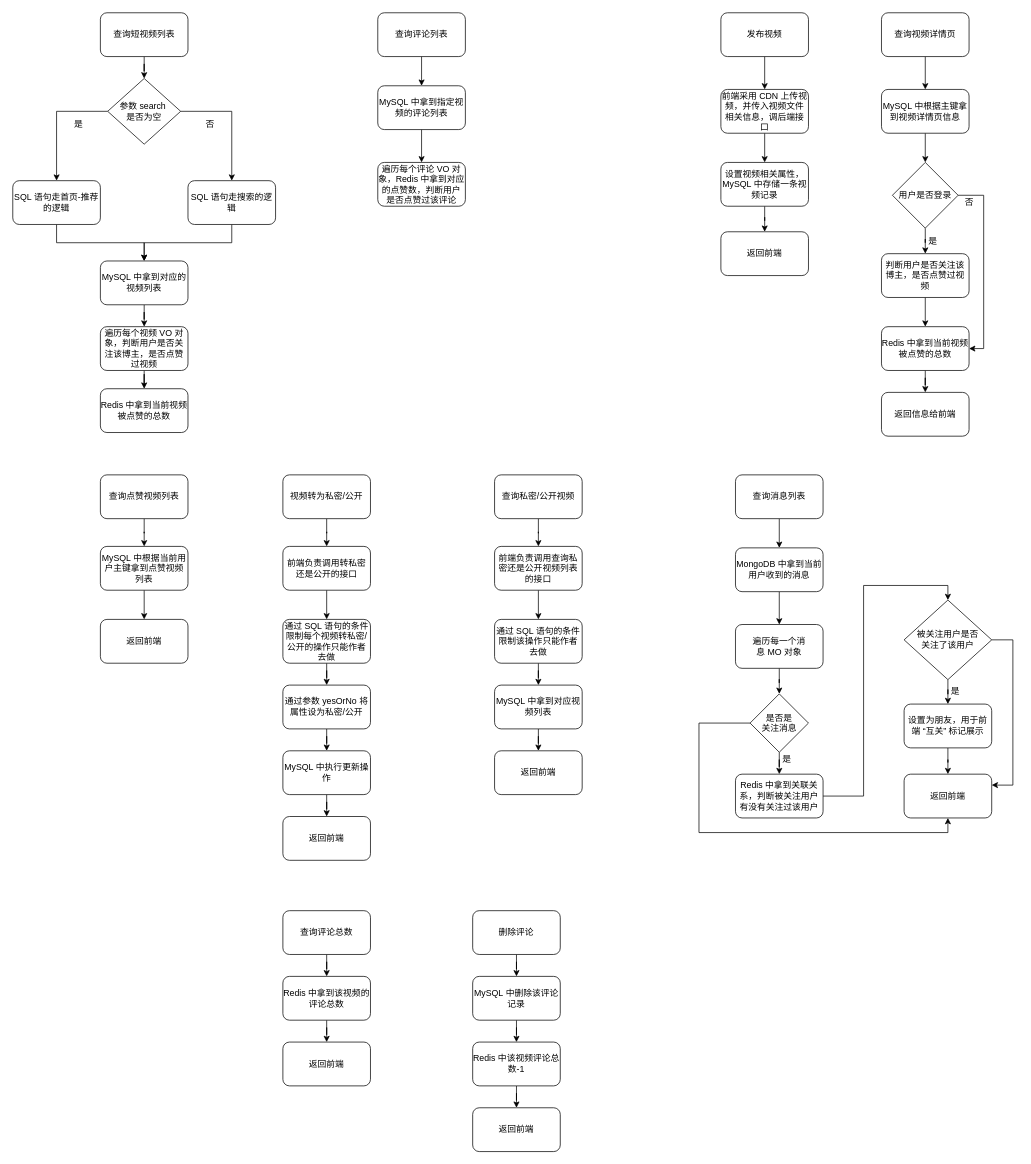
This is 视频模块.drawio from lee11xx/picgo-img, a draw.io file, before an edit. Source tidied: cells renumbered, new cells numbered last; positions are measured from the earlier drawing's top-left corner, leaving out a move shared by most shapes. Both pictures are drawn from the tidied source at 73%, with x=0, y=0 at pixel (12, 12).
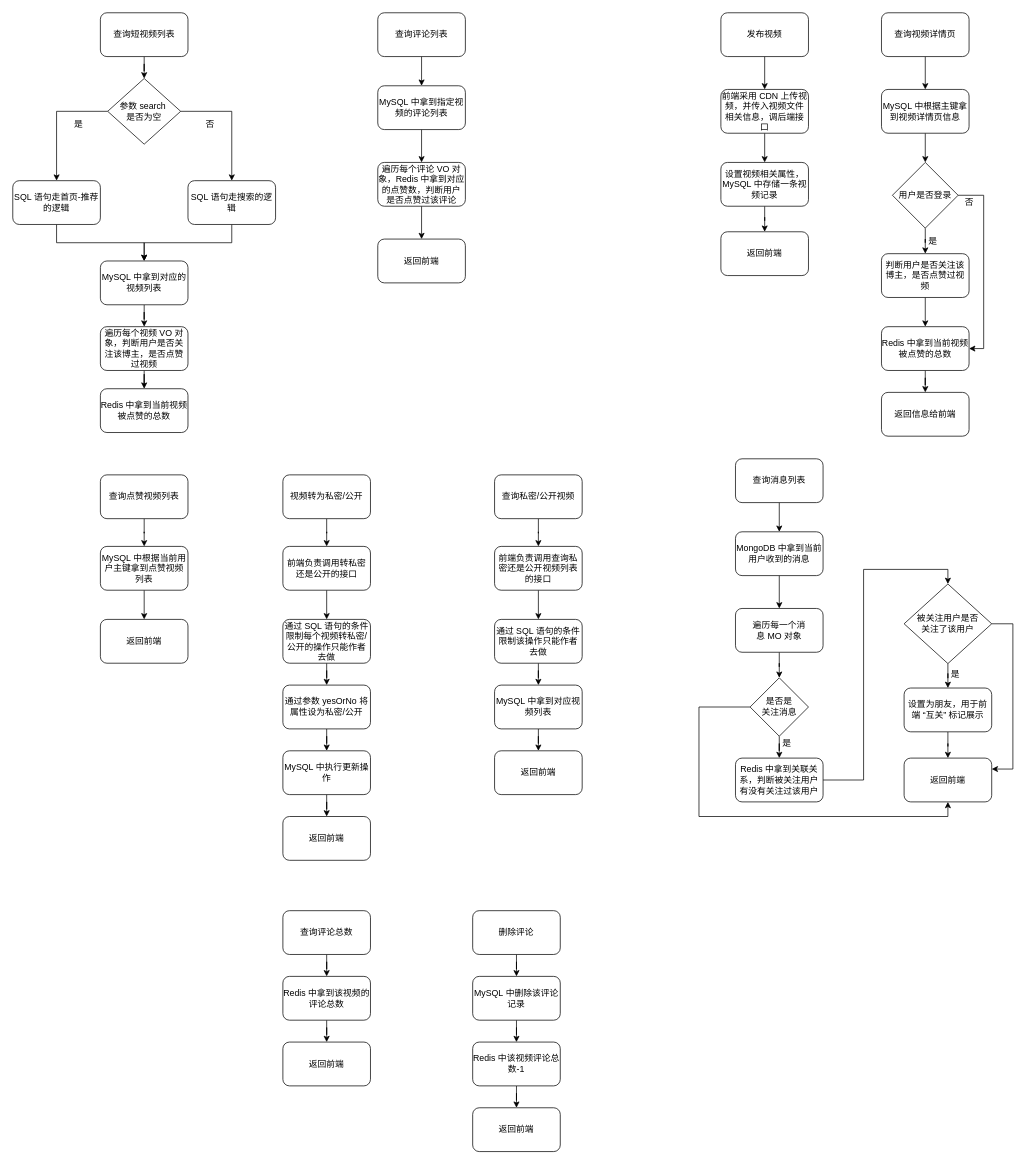
Above is the later version.

Commit message:
更新视频模块.drawio

Unchanged cells that the change refers to:
```xml
<mxCell id="22" value="遍历每个评论 VO&amp;nbsp;对象，Redis&amp;nbsp;中拿到对应的点赞数，判断用户是否点赞过该评论" style="whiteSpace=wrap;html=1;rounded=1;" parent="1" vertex="1">
  <mxGeometry x="500" y="205" width="120" height="60" as="geometry" />
</mxCell>
```

What changed in the source:
```diff
@@
+    <mxCell id="100" style="edgeStyle=orthogonalEdgeStyle;rounded=0;jettySize=auto;html=1;" parent="1" edge="1" source="22" target="101">
+      <mxGeometry relative="1" as="geometry" />
+    </mxCell>
@@
     <mxCell id="24" value="查询消息列表" style="rounded=1;whiteSpace=wrap;html=1;" parent="1" vertex="1">
-      <mxGeometry x="990" y="633" width="120" height="60" as="geometry" />
+      <mxGeometry x="990" y="611" width="120" height="60" as="geometry" />
     </mxCell>
@@
     <mxCell id="26" value="MongoDB&amp;nbsp;中拿到当前用户收到的消息" style="rounded=1;whiteSpace=wrap;html=1;" parent="1" vertex="1">
-      <mxGeometry x="990" y="733" width="120" height="60" as="geometry" />
+      <mxGeometry x="990" y="711" width="120" height="60" as="geometry" />
     </mxCell>
@@
     <mxCell id="28" value="遍历每一个消息&amp;nbsp;MO&amp;nbsp;对象" style="rounded=1;whiteSpace=wrap;html=1;" parent="1" vertex="1">
-      <mxGeometry x="990" y="838" width="120" height="60" as="geometry" />
+      <mxGeometry x="990" y="816" width="120" height="60" as="geometry" />
     </mxCell>
@@
     <mxCell id="88" style="edgeStyle=orthogonalEdgeStyle;rounded=0;jettySize=auto;html=1;entryX=0.5;entryY=1;entryDx=0;entryDy=0;" parent="1" edge="1" source="89" target="97">
       <mxGeometry relative="1" as="geometry">
         <Array as="points">
-          <mxPoint x="940" y="973" />
-          <mxPoint x="940" y="1123" />
-          <mxPoint x="1281" y="1123" />
+          <mxPoint x="940" y="951" />
+          <mxPoint x="940" y="1101" />
+          <mxPoint x="1281" y="1101" />
         </Array>
       </mxGeometry>
     </mxCell>
     <mxCell id="89" value="是否是&lt;br&gt;关注消息" style="rhombus;whiteSpace=wrap;html=1;" parent="1" vertex="1">
-      <mxGeometry x="1010" y="933" width="80" height="80" as="geometry" />
+      <mxGeometry x="1010" y="911" width="80" height="80" as="geometry" />
     </mxCell>
@@
     <mxCell id="91" value="Redis&amp;nbsp;中拿到关联关系，判断被关注用户有没有关注过该用户" style="rounded=1;whiteSpace=wrap;html=1;" parent="1" vertex="1">
-      <mxGeometry x="990" y="1043" width="120" height="60" as="geometry" />
+      <mxGeometry x="990" y="1021" width="120" height="60" as="geometry" />
     </mxCell>
@@
     <mxCell id="93" style="edgeStyle=orthogonalEdgeStyle;rounded=0;jettySize=auto;html=1;entryX=1;entryY=0.25;entryDx=0;entryDy=0;" parent="1" edge="1" source="94" target="97">
       <mxGeometry relative="1" as="geometry">
         <Array as="points">
-          <mxPoint x="1370" y="859" />
-          <mxPoint x="1370" y="1058" />
+          <mxPoint x="1370" y="837" />
+          <mxPoint x="1370" y="1036" />
         </Array>
       </mxGeometry>
     </mxCell>
     <mxCell id="94" value="被关注用户是否&lt;br&gt;关注了该用户" style="rhombus;whiteSpace=wrap;html=1;" parent="1" vertex="1">
-      <mxGeometry x="1221" y="804.5" width="120" height="109" as="geometry" />
+      <mxGeometry x="1221" y="782.5" width="120" height="109" as="geometry" />
     </mxCell>
@@
     <mxCell id="96" value="设置为朋友，用于前端 “互关”&amp;nbsp;标记展示" style="rounded=1;whiteSpace=wrap;html=1;" parent="1" vertex="1">
-      <mxGeometry x="1221" y="947" width="120" height="60" as="geometry" />
+      <mxGeometry x="1221" y="925" width="120" height="60" as="geometry" />
     </mxCell>
     <mxCell id="97" value="返回前端" style="rounded=1;whiteSpace=wrap;html=1;" parent="1" vertex="1">
-      <mxGeometry x="1221" y="1043" width="120" height="60" as="geometry" />
+      <mxGeometry x="1221" y="1021" width="120" height="60" as="geometry" />
     </mxCell>
     <mxCell id="98" value="是" style="text;html=1;align=center;verticalAlign=middle;strokeColor=none;fillColor=none;" parent="1" vertex="1">
-      <mxGeometry x="1040" y="1008" width="40" height="30" as="geometry" />
+      <mxGeometry x="1040" y="986" width="40" height="30" as="geometry" />
     </mxCell>
     <mxCell id="99" value="是" style="text;html=1;align=center;verticalAlign=middle;strokeColor=none;fillColor=none;" parent="1" vertex="1">
-      <mxGeometry x="1271" y="913.5" width="40" height="30" as="geometry" />
+      <mxGeometry x="1271" y="891.5" width="40" height="30" as="geometry" />
     </mxCell>
+    <mxCell id="101" value="返回前端" style="whiteSpace=wrap;html=1;rounded=1;" parent="1" vertex="1">
+      <mxGeometry x="500" y="310" width="120" height="60" as="geometry" />
+    </mxCell>
```
